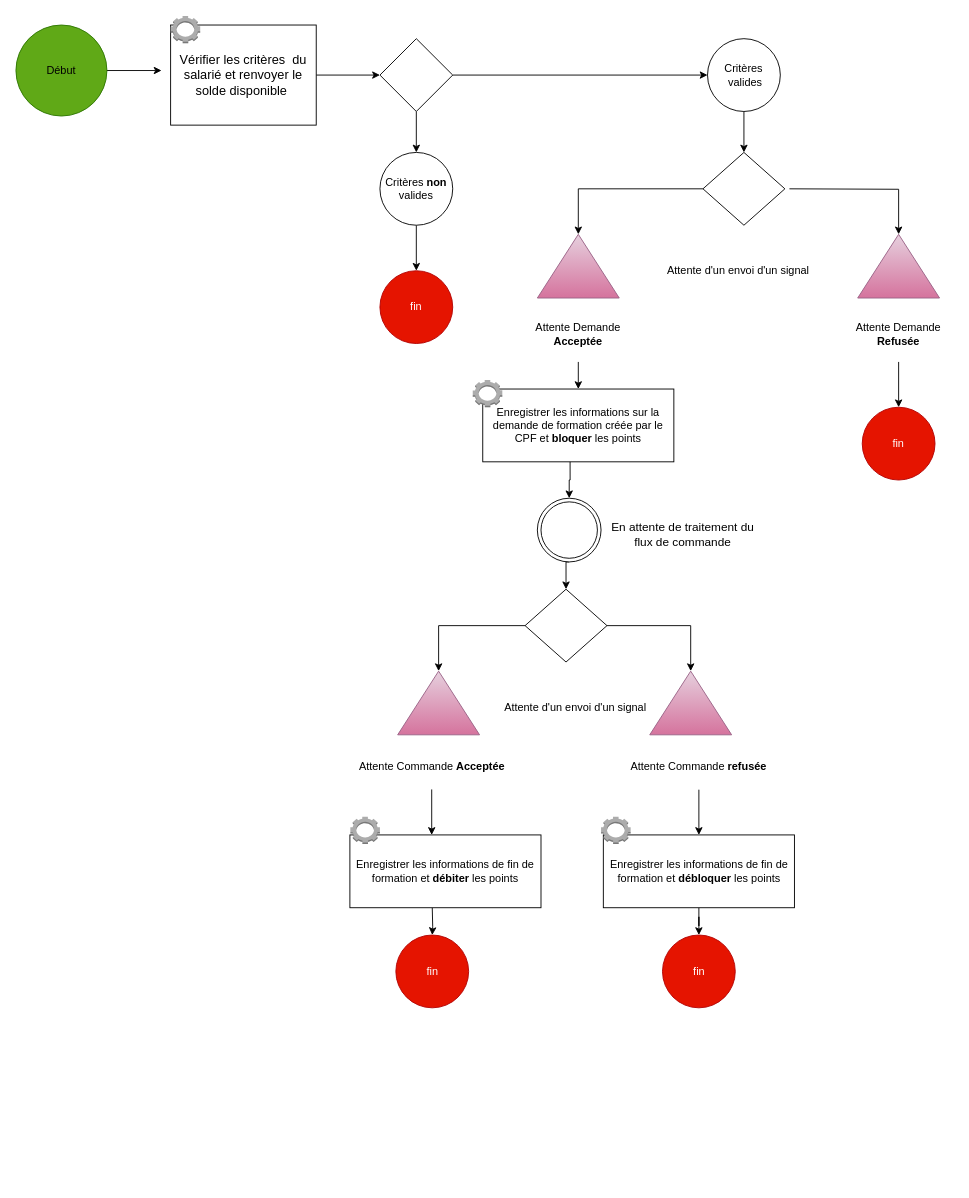
The draw.io diagram Diagramme sans nom.drawio in arabam13/workflow, before the edit. Source tidied: cells renumbered, new cells numbered last; positions are measured from the earlier drawing's top-left corner, leaving out a move shared by most shapes. Both pictures are drawn from the tidied source at 91%, with x=0, y=0 at pixel (15, 15).
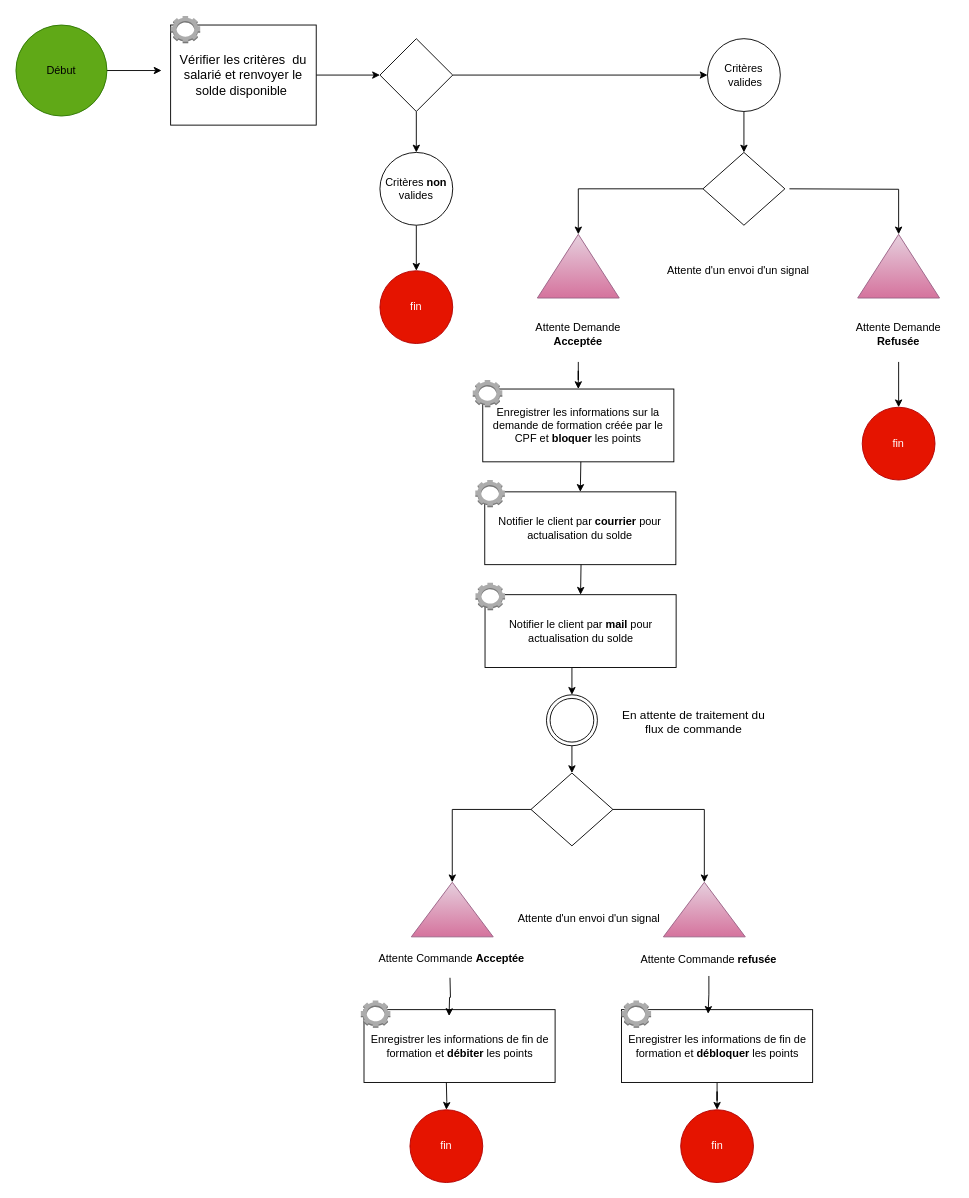
Above is the later version.

Commit message:
Mettre à jour Diagramme sans nom.drawio

The change refers to these unchanged cells:
```xml
<mxCell id="9" value="Attente Demande &lt;b&gt;Acceptée&lt;/b&gt;" style="rounded=0;whiteSpace=wrap;html=1;fillColor=default;strokeColor=none;" parent="1" vertex="1">
  <mxGeometry x="558" y="320" width="120" height="60" as="geometry" />
</mxCell>
<mxCell id="27" value="Enregistrer les informations sur la demande de formation créée par le CPF et &lt;b&gt;bloquer &lt;/b&gt;les points" style="rounded=0;whiteSpace=wrap;html=1;" parent="1" vertex="1">
  <mxGeometry x="513" y="410" width="210" height="80" as="geometry" />
</mxCell>
```

The edit, as a diff of the source:
```diff
@@
-    <mxCell id="8" style="edgeStyle=orthogonalEdgeStyle;rounded=0;jettySize=auto;html=1;exitX=0.5;exitY=1;exitDx=0;exitDy=0;entryX=0.5;entryY=0;entryDx=0;entryDy=0;" parent="1" edge="1" source="9" target="27">
+    <mxCell id="8" style="edgeStyle=orthogonalEdgeStyle;rounded=0;jettySize=auto;html=1;entryX=0.5;entryY=0;entryDx=0;entryDy=0;" parent="1" edge="1" source="9" target="27">
       <mxGeometry relative="1" as="geometry" />
     </mxCell>
@@
-    <mxCell id="26" style="edgeStyle=orthogonalEdgeStyle;rounded=0;jettySize=auto;html=1;exitX=0.457;exitY=0.956;exitDx=0;exitDy=0;exitPerimeter=0;" parent="1" edge="1" source="27" target="29">
-      <mxGeometry relative="1" as="geometry" />
-    </mxCell>
@@
     <mxCell id="29" style="ellipse;shape=doubleEllipse;whiteSpace=wrap;html=1;" parent="1" vertex="1">
-      <mxGeometry x="573" y="530" width="70" height="70" as="geometry" />
+      <mxGeometry x="583" y="746" width="56" height="56" as="geometry" />
     </mxCell>
     <mxCell id="30" value="En attente de traitement du flux de commande" style="rounded=0;whiteSpace=wrap;html=1;strokeColor=none;fontSize=13;" parent="1" vertex="1">
-      <mxGeometry x="653" y="540" width="160" height="60" as="geometry" />
+      <mxGeometry x="664.5" y="746" width="160" height="60" as="geometry" />
     </mxCell>
     <mxCell id="31" style="verticalLabelPosition=bottom;verticalAlign=top;html=1;shape=mxgraph.basic.acute_triangle;dx=0.5;fillColor=#e6d0de;strokeColor=#996185;gradientColor=#d5739d;" parent="1" vertex="1">
-      <mxGeometry x="419.5" y="720" width="90" height="70" as="geometry" />
+      <mxGeometry x="434.5" y="952" width="90" height="60" as="geometry" />
     </mxCell>
     <mxCell id="32" value="Attente Commande &lt;b&gt;Acceptée&lt;/b&gt;" style="rounded=0;whiteSpace=wrap;html=1;fillColor=default;strokeColor=none;" parent="1" vertex="1">
-      <mxGeometry x="370" y="800" width="175" height="50" as="geometry" />
+      <mxGeometry x="385" y="1022" width="188" height="28" as="geometry" />
     </mxCell>
     <mxCell id="33" value="Attente d'un envoi d'un signal" style="whiteSpace=wrap;html=1;dashed=1;strokeColor=none;" parent="1" vertex="1">
-      <mxGeometry x="534.5" y="730" width="160" height="60" as="geometry" />
+      <mxGeometry x="549.5" y="962" width="160" height="60" as="geometry" />
     </mxCell>
     <mxCell id="34" style="rhombus;whiteSpace=wrap;html=1;shapeInside=1;" parent="1" vertex="1">
-      <mxGeometry x="559.5" y="630" width="90" height="80" as="geometry" />
+      <mxGeometry x="566" y="832" width="90" height="80" as="geometry" />
     </mxCell>
     <mxCell id="35" style="verticalLabelPosition=bottom;verticalAlign=top;html=1;shape=mxgraph.basic.acute_triangle;dx=0.5;fillColor=#e6d0de;strokeColor=#996185;gradientColor=#d5739d;" parent="1" vertex="1">
-      <mxGeometry x="696.5" y="720" width="90" height="70" as="geometry" />
+      <mxGeometry x="711.5" y="952" width="90" height="60" as="geometry" />
     </mxCell>
@@
-    <mxCell id="37" style="edgeStyle=orthogonalEdgeStyle;rounded=0;jettySize=auto;html=1;" parent="1" edge="1" source="38" target="41">
-      <mxGeometry relative="1" as="geometry" />
-    </mxCell>
     <mxCell id="38" value="Attente Commande&lt;b&gt;&amp;nbsp;refusée&lt;/b&gt;" style="rounded=0;whiteSpace=wrap;html=1;fillColor=default;strokeColor=none;" parent="1" vertex="1">
-      <mxGeometry x="663" y="800" width="175" height="50" as="geometry" />
+      <mxGeometry x="678" y="1018" width="167" height="37" as="geometry" />
     </mxCell>
@@
     <mxCell id="41" value="Enregistrer les informations de fin de formation et &lt;b&gt;débloquer &lt;/b&gt;les points" style="rounded=0;whiteSpace=wrap;html=1;" parent="1" vertex="1">
-      <mxGeometry x="645.5" y="900" width="210" height="80" as="geometry" />
+      <mxGeometry x="665.5" y="1092" width="210" height="80" as="geometry" />
     </mxCell>
     <mxCell id="42" value="fin" style="ellipse;whiteSpace=wrap;html=1;shapeInside=1;fillColor=#e51400;fontColor=#ffffff;strokeColor=#B20000;direction=south;" parent="1" vertex="1">
-      <mxGeometry x="710.5" y="1010" width="80" height="80" as="geometry" />
+      <mxGeometry x="730.5" y="1202" width="80" height="80" as="geometry" />
     </mxCell>
     <mxCell id="43" value="fin" style="ellipse;whiteSpace=wrap;html=1;shapeInside=1;fillColor=#e51400;fontColor=#ffffff;strokeColor=#B20000;direction=south;" parent="1" vertex="1">
-      <mxGeometry x="417.5" y="1010" width="80" height="80" as="geometry" />
+      <mxGeometry x="433" y="1202" width="80" height="80" as="geometry" />
     </mxCell>
-    <mxCell id="44" style="edgeStyle=orthogonalEdgeStyle;rounded=0;orthogonalLoop=1;jettySize=auto;html=1;" parent="1" edge="1">
-      <mxGeometry relative="1" as="geometry">
-        <mxPoint x="456.9" y="850" as="sourcePoint" />
-        <mxPoint x="456.9" y="900" as="targetPoint" />
-      </mxGeometry>
-    </mxCell>
     <mxCell id="45" style="edgeStyle=orthogonalEdgeStyle;rounded=0;jettySize=auto;html=1;" parent="1" edge="1" target="43">
       <mxGeometry relative="1" as="geometry">
-        <mxPoint x="457.5" y="980" as="sourcePoint" />
+        <mxPoint x="473" y="1172" as="sourcePoint" />
       </mxGeometry>
     </mxCell>
     <mxCell id="46" value="Enregistrer les informations de fin de formation et &lt;b&gt;débiter &lt;/b&gt;les points" style="rounded=0;whiteSpace=wrap;html=1;" parent="1" vertex="1">
-      <mxGeometry x="367" y="900" width="210" height="80" as="geometry" />
+      <mxGeometry x="382.5" y="1092" width="210" height="80" as="geometry" />
     </mxCell>
@@
     <mxCell id="49" style="dashed=0;verticalLabelPosition=bottom;verticalAlign=top;align=center;html=1;shape=mxgraph.aws3.human_intelligence_tasks_hit;fillColor=#ACACAC;gradientColor=none;" parent="1" vertex="1">
-      <mxGeometry x="367.5" y="880" width="32.5" height="30" as="geometry" />
+      <mxGeometry x="379" y="1082" width="32.5" height="30" as="geometry" />
     </mxCell>
     <mxCell id="50" style="dashed=0;verticalLabelPosition=bottom;verticalAlign=top;align=center;html=1;shape=mxgraph.aws3.human_intelligence_tasks_hit;fillColor=#ACACAC;gradientColor=none;" parent="1" vertex="1">
-      <mxGeometry x="643" y="880" width="32.5" height="30" as="geometry" />
+      <mxGeometry x="665.5" y="1082" width="32.5" height="30" as="geometry" />
     </mxCell>
+    <mxCell id="51" style="edgeStyle=orthogonalEdgeStyle;rounded=0;orthogonalLoop=1;jettySize=auto;html=1;innerLoopWaypoints=1;exitX=0.5;exitY=1;exitDx=0;exitDy=0;" parent="1" edge="1" source="9" target="9">
+      <mxGeometry relative="1" as="geometry" />
+    </mxCell>
+    <mxCell id="52" style="edgeStyle=orthogonalEdgeStyle;rounded=0;jettySize=auto;html=1;entryX=0.5;entryY=0;entryDx=0;entryDy=0;" parent="1" edge="1" target="53">
+      <mxGeometry relative="1" as="geometry">
+        <mxPoint x="620.8" y="490" as="sourcePoint" />
+      </mxGeometry>
+    </mxCell>
+    <mxCell id="53" value="Notifier le client par &lt;b&gt;courrier &lt;/b&gt;pour actualisation du solde" style="rounded=0;whiteSpace=wrap;html=1;" parent="1" vertex="1">
+      <mxGeometry x="515.2" y="523" width="210" height="80" as="geometry" />
+    </mxCell>
+    <mxCell id="54" style="dashed=0;verticalLabelPosition=bottom;verticalAlign=top;align=center;html=1;shape=mxgraph.aws3.human_intelligence_tasks_hit;fillColor=#ACACAC;gradientColor=none;" parent="1" vertex="1">
+      <mxGeometry x="504.8" y="510" width="32.5" height="30" as="geometry" />
+    </mxCell>
+    <mxCell id="55" style="edgeStyle=orthogonalEdgeStyle;rounded=0;jettySize=auto;html=1;entryX=0.5;entryY=0;entryDx=0;entryDy=0;" parent="1" edge="1" target="57">
+      <mxGeometry relative="1" as="geometry">
+        <mxPoint x="621" y="603" as="sourcePoint" />
+      </mxGeometry>
+    </mxCell>
+    <mxCell id="56" style="edgeStyle=orthogonalEdgeStyle;rounded=0;jettySize=auto;html=1;exitX=0.5;exitY=1;exitDx=0;exitDy=0;entryX=0.5;entryY=0;entryDx=0;entryDy=0;" parent="1" edge="1" source="57" target="29">
+      <mxGeometry relative="1" as="geometry" />
+    </mxCell>
+    <mxCell id="57" value="Notifier le client par &lt;b&gt;mail&amp;nbsp;&lt;/b&gt;pour actualisation du solde" style="rounded=0;whiteSpace=wrap;html=1;" parent="1" vertex="1">
+      <mxGeometry x="515.5" y="636" width="210" height="80" as="geometry" />
+    </mxCell>
+    <mxCell id="58" style="dashed=0;verticalLabelPosition=bottom;verticalAlign=top;align=center;html=1;shape=mxgraph.aws3.human_intelligence_tasks_hit;fillColor=#ACACAC;gradientColor=none;" parent="1" vertex="1">
+      <mxGeometry x="505" y="623" width="32.5" height="30" as="geometry" />
+    </mxCell>
+    <mxCell id="37" style="edgeStyle=orthogonalEdgeStyle;rounded=0;jettySize=auto;html=1;exitX=0.5;exitY=1;exitDx=0;exitDy=0;entryX=0.453;entryY=0.057;entryDx=0;entryDy=0;entryPerimeter=0;" parent="1" edge="1" source="38" target="41">
+      <mxGeometry relative="1" as="geometry" />
+    </mxCell>
+    <mxCell id="59" style="edgeStyle=orthogonalEdgeStyle;rounded=0;orthogonalLoop=1;jettySize=auto;html=1;exitX=0.5;exitY=1;exitDx=0;exitDy=0;entryX=0.453;entryY=0.057;entryDx=0;entryDy=0;entryPerimeter=0;" parent="1" edge="1">
+      <mxGeometry relative="1" as="geometry">
+        <mxPoint x="477" y="1057" as="sourcePoint" />
+        <mxPoint x="476" y="1099" as="targetPoint" />
+      </mxGeometry>
+    </mxCell>
```
